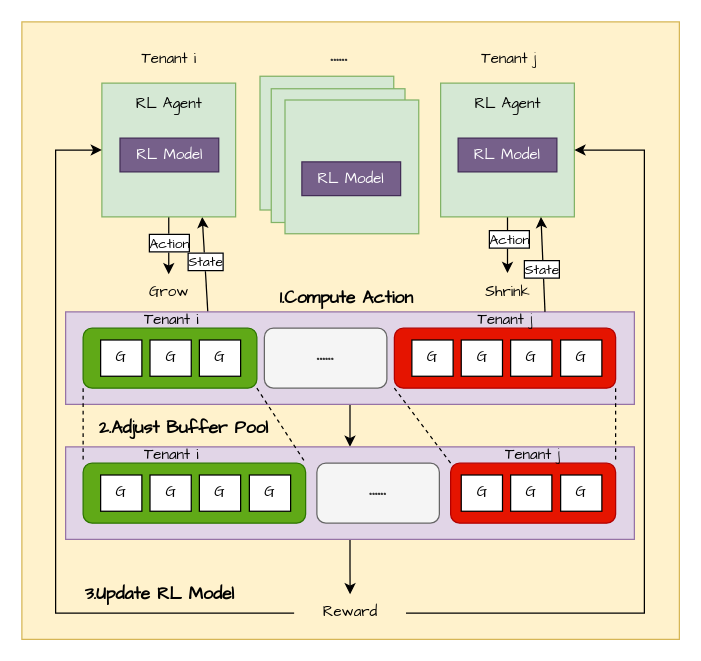
K111DK/Network-utils keeps this draw.io diagram as 未命名绘图.drawio. Above is the earlier version. Source tidied: cells renumbered, new cells numbered last; positions are measured from the earlier drawing's top-left corner, leaving out a move shared by most shapes. Both pictures are drawn from the tidied source at 125%, with x=0, y=0 at pixel (21, 21).
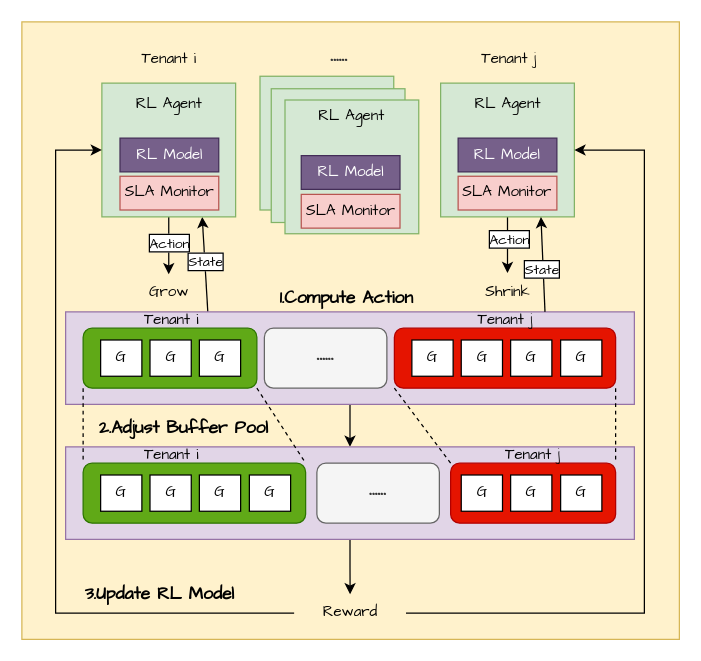
Above is the later version.

Commit message (it also covers changes not shown here):
更新未命名绘图.drawio

The edit, as a diff of the source:
```diff
@@
     <mxCell id="64" value="RL Model" style="rounded=0;whiteSpace=wrap;html=1;fillColor=#76608a;fontColor=#ffffff;strokeColor=#432D57;fontFamily=Comic Sans MS;" parent="1" vertex="1">
-      <mxGeometry x="224" y="112" width="79" height="27" as="geometry" />
+      <mxGeometry x="223.5" y="107" width="79" height="27" as="geometry" />
     </mxCell>
+    <mxCell id="65" value="SLA Monitor" style="rounded=0;whiteSpace=wrap;html=1;fillColor=#f8cecc;strokeColor=#b85450;fontFamily=Comic Sans MS;" parent="1" vertex="1">
+      <mxGeometry x="78.5" y="123.5" width="79" height="27" as="geometry" />
+    </mxCell>
+    <mxCell id="66" value="SLA Monitor" style="rounded=0;whiteSpace=wrap;html=1;fillColor=#f8cecc;strokeColor=#b85450;fontFamily=Comic Sans MS;" parent="1" vertex="1">
+      <mxGeometry x="223.5" y="138" width="79" height="27" as="geometry" />
+    </mxCell>
+    <mxCell id="67" value="SLA Monitor" style="rounded=0;whiteSpace=wrap;html=1;fillColor=#f8cecc;strokeColor=#b85450;fontFamily=Comic Sans MS;" parent="1" vertex="1">
+      <mxGeometry x="349" y="123.5" width="79" height="27" as="geometry" />
+    </mxCell>
+    <mxCell id="68" value="RL Agent" style="text;html=1;whiteSpace=wrap;strokeColor=none;fillColor=none;align=center;verticalAlign=middle;rounded=0;fontFamily=Comic Sans MS;" parent="1" vertex="1">
+      <mxGeometry x="209" y="69" width="110" height="14" as="geometry" />
+    </mxCell>
```
